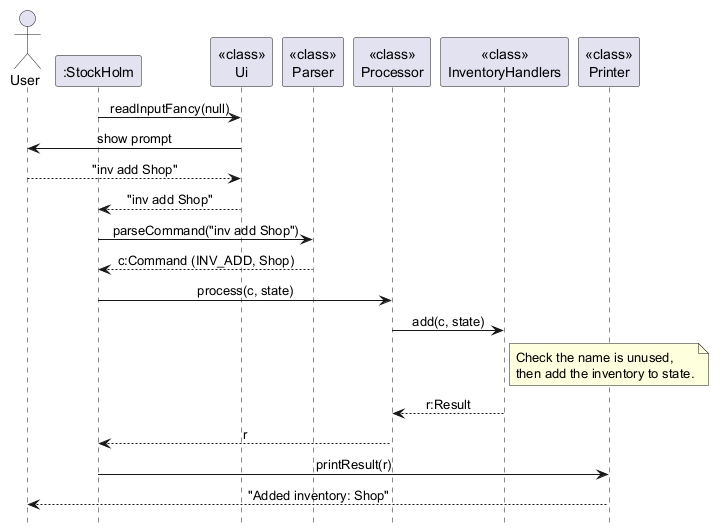
Before: docs/images/InvAddSequence.png, a diagram exported from PlantUML (AY2627S1-CS2113-W14-4/tp).
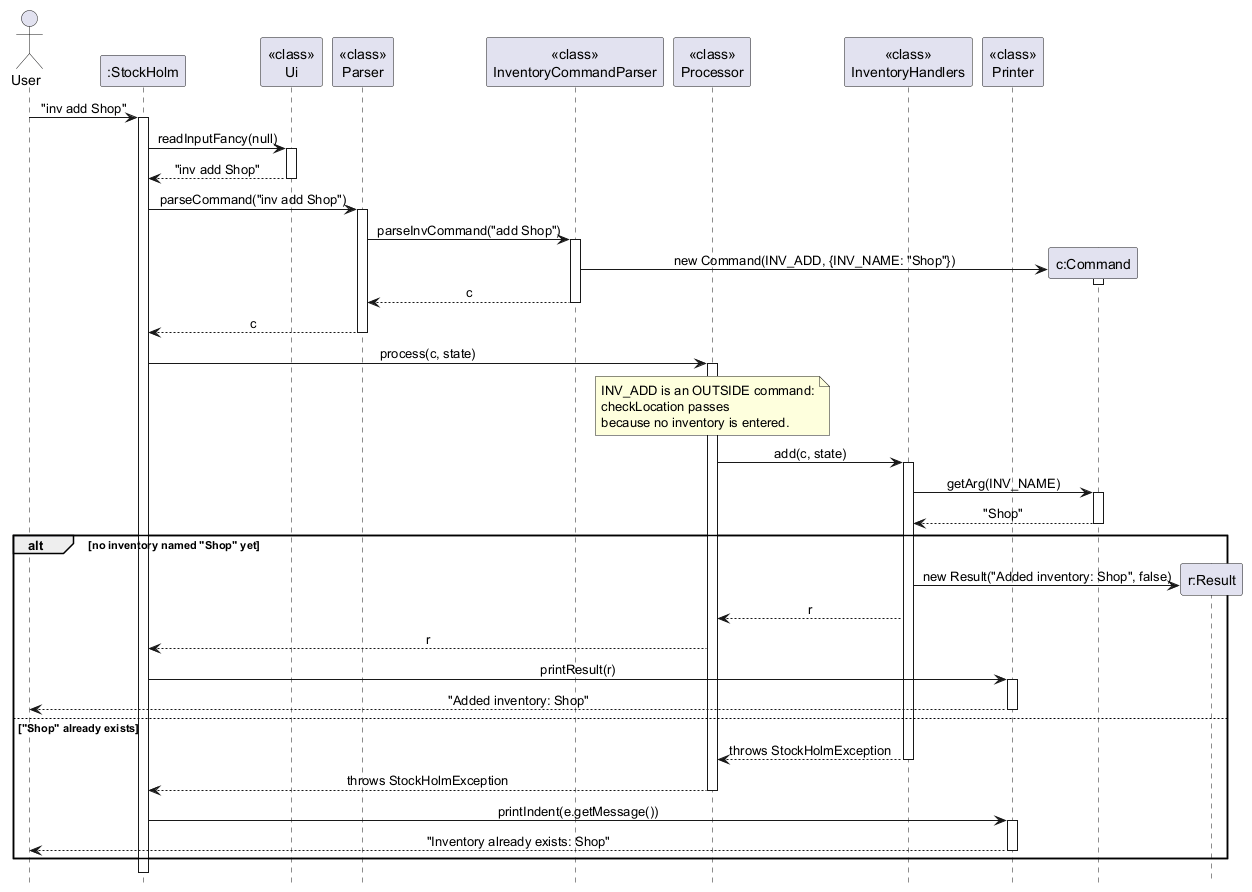
Above is the later version.

Commit message:
Address diagram review feedback

Diff of the diagram source:
```diff
@@ -6,24 +6,62 @@
 participant ":StockHolm" as Main
 participant "<<class>>\nUi" as Ui
 participant "<<class>>\nParser" as Parser
+participant "<<class>>\nInventoryCommandParser" as InvParser
 participant "<<class>>\nProcessor" as Processor
 participant "<<class>>\nInventoryHandlers" as Handlers
 participant "<<class>>\nPrinter" as Printer
 
+User -> Main : "inv add Shop"
+activate Main
 Main -> Ui : readInputFancy(null)
-Ui -> User : show prompt
-User --> Ui : "inv add Shop"
+activate Ui
 Ui --> Main : "inv add Shop"
+deactivate Ui
+
 Main -> Parser : parseCommand("inv add Shop")
-Parser --> Main : c:Command (INV_ADD, Shop)
+activate Parser
+Parser -> InvParser : parseInvCommand("add Shop")
+activate InvParser
+create participant "c:Command" as Cmd
+InvParser -> Cmd : new Command(INV_ADD, {INV_NAME: "Shop"})
+activate Cmd
+deactivate Cmd
+InvParser --> Parser : c
+deactivate InvParser
+Parser --> Main : c
+deactivate Parser
+
 Main -> Processor : process(c, state)
+activate Processor
+note over Processor
+    INV_ADD is an OUTSIDE command:
+    checkLocation passes
+    because no inventory is entered.
+end note
 Processor -> Handlers : add(c, state)
-note right of Handlers
-    Check the name is unused,
-    then add the inventory to state.
-end note
-Handlers --> Processor : r:Result
-Processor --> Main : r
-Main -> Printer : printResult(r)
-Printer --> User : "Added inventory: Shop"
+activate Handlers
+Handlers -> Cmd : getArg(INV_NAME)
+activate Cmd
+Cmd --> Handlers : "Shop"
+deactivate Cmd
+alt no inventory named "Shop" yet
+    create participant "r:Result" as Res
+    Handlers -> Res : new Result("Added inventory: Shop", false)
+    Handlers --> Processor : r
+    Processor --> Main : r
+    Main -> Printer : printResult(r)
+    activate Printer
+    Printer --> User : "Added inventory: Shop"
+    deactivate Printer
+else "Shop" already exists
+    Handlers --> Processor : throws StockHolmException
+    deactivate Handlers
+    Processor --> Main : throws StockHolmException
+    deactivate Processor
+    Main -> Printer : printIndent(e.getMessage())
+    activate Printer
+    Printer --> User : "Inventory already exists: Shop"
+    deactivate Printer
+end
+deactivate Main
 @enduml
```
